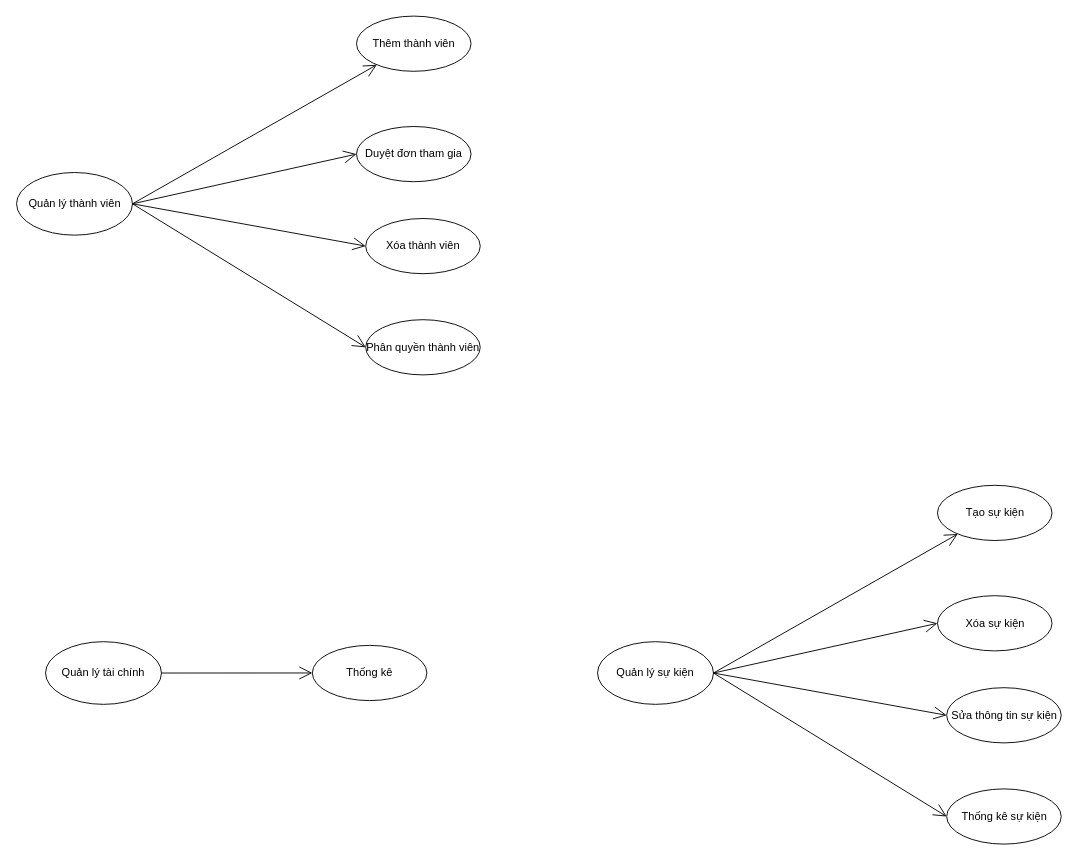
The draw.io diagram page "Trang-18" (17 of 18) of Diagram.drawio in DnhTrn/finall_project, before the edit. Source tidied: cells renumbered, new cells numbered last; positions are measured from the earlier drawing's top-left corner, leaving out a move shared by most shapes. Both pictures are drawn from the tidied source at 92%, with x=0, y=0 at pixel (16, 16).
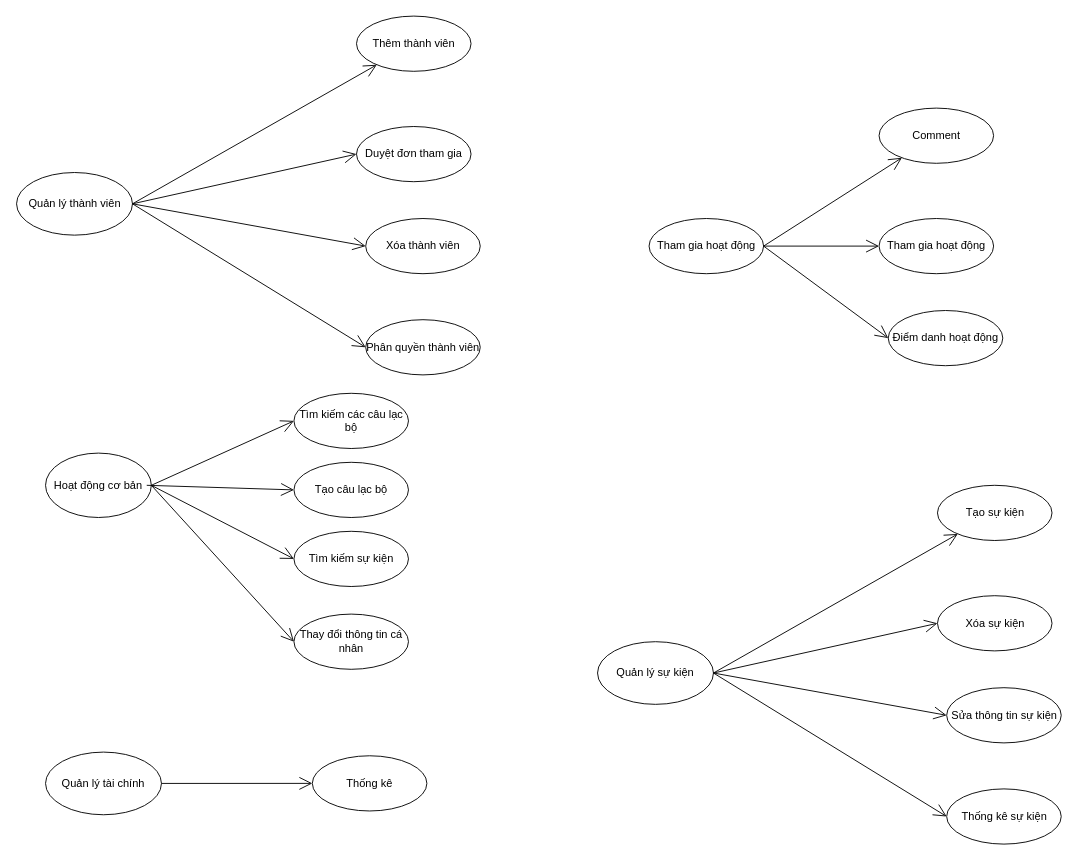
Above is the later version.

Change to the diagram source:
```diff
@@
     <mxCell id="20" value="Quản lý tài chính" style="ellipse;whiteSpace=wrap;html=1;" parent="1" vertex="1">
-      <mxGeometry x="32" y="680" width="126" height="68.1" as="geometry" />
+      <mxGeometry x="32" y="800" width="126" height="68.1" as="geometry" />
     </mxCell>
     <mxCell id="21" value="Thống kê" style="ellipse;whiteSpace=wrap;html=1;" parent="1" vertex="1">
-      <mxGeometry x="322" y="684" width="124.5" height="60" as="geometry" />
+      <mxGeometry x="322" y="804" width="124.5" height="60" as="geometry" />
     </mxCell>
@@
+    <mxCell id="23" value="Tham gia hoạt động" style="ellipse;whiteSpace=wrap;html=1;" parent="1" vertex="1">
+      <mxGeometry x="688" y="220" width="124.5" height="60" as="geometry" />
+    </mxCell>
+    <mxCell id="24" value="Comment" style="ellipse;whiteSpace=wrap;html=1;" parent="1" vertex="1">
+      <mxGeometry x="938" y="100" width="124.5" height="60" as="geometry" />
+    </mxCell>
+    <mxCell id="25" value="Tham gia hoạt động" style="ellipse;whiteSpace=wrap;html=1;" parent="1" vertex="1">
+      <mxGeometry x="938" y="220" width="124.5" height="60" as="geometry" />
+    </mxCell>
+    <mxCell id="26" value="Điểm danh hoạt động" style="ellipse;whiteSpace=wrap;html=1;" parent="1" vertex="1">
+      <mxGeometry x="948" y="320" width="124.5" height="60" as="geometry" />
+    </mxCell>
+    <mxCell id="27" style="endArrow=open;endFill=1;endSize=12;html=1;rounded=0;exitX=1;exitY=0.5;exitDx=0;exitDy=0;" parent="1" edge="1" source="23" target="24">
+      <mxGeometry relative="1" as="geometry" />
+    </mxCell>
+    <mxCell id="28" style="endArrow=open;endFill=1;endSize=12;html=1;rounded=0;exitX=1;exitY=0.5;exitDx=0;exitDy=0;entryX=0;entryY=0.5;entryDx=0;entryDy=0;" parent="1" edge="1" source="23" target="25">
+      <mxGeometry relative="1" as="geometry" />
+    </mxCell>
+    <mxCell id="29" style="endArrow=open;endFill=1;endSize=12;html=1;rounded=0;exitX=1;exitY=0.5;exitDx=0;exitDy=0;entryX=0;entryY=0.5;entryDx=0;entryDy=0;" parent="1" edge="1" source="23" target="26">
+      <mxGeometry relative="1" as="geometry" />
+    </mxCell>
+    <mxCell id="30" value="Hoạt động cơ bản" style="ellipse;whiteSpace=wrap;html=1;" parent="1" vertex="1">
+      <mxGeometry x="32" y="475" width="115" height="70" as="geometry" />
+    </mxCell>
+    <mxCell id="31" value="Tạo câu lạc bộ" style="ellipse;whiteSpace=wrap;html=1;" parent="1" vertex="1">
+      <mxGeometry x="302" y="485" width="124.5" height="60" as="geometry" />
+    </mxCell>
+    <mxCell id="32" style="endArrow=open;endFill=1;endSize=12;html=1;rounded=0;entryX=0;entryY=0.5;entryDx=0;entryDy=0;" parent="1" edge="1" target="31">
+      <mxGeometry relative="1" as="geometry">
+        <mxPoint x="142" y="510" as="sourcePoint" />
+      </mxGeometry>
+    </mxCell>
+    <mxCell id="33" value="Tìm kiếm các câu lạc bộ" style="ellipse;whiteSpace=wrap;html=1;" parent="1" vertex="1">
+      <mxGeometry x="302" y="410" width="124.5" height="60" as="geometry" />
+    </mxCell>
+    <mxCell id="34" value="Tìm kiếm sự kiện" style="ellipse;whiteSpace=wrap;html=1;" parent="1" vertex="1">
+      <mxGeometry x="302" y="560" width="124.5" height="60" as="geometry" />
+    </mxCell>
+    <mxCell id="35" style="endArrow=open;endFill=1;endSize=12;html=1;rounded=0;entryX=0;entryY=0.5;entryDx=0;entryDy=0;" parent="1" edge="1" target="34">
+      <mxGeometry relative="1" as="geometry">
+        <mxPoint x="147" y="510" as="sourcePoint" />
+      </mxGeometry>
+    </mxCell>
+    <mxCell id="36" style="endArrow=open;endFill=1;endSize=12;html=1;rounded=0;entryX=0;entryY=0.5;entryDx=0;entryDy=0;exitX=1;exitY=0.5;exitDx=0;exitDy=0;" parent="1" edge="1" source="30" target="33">
+      <mxGeometry relative="1" as="geometry" />
+    </mxCell>
+    <mxCell id="37" value="Thay đổi thông tin cá nhân" style="ellipse;whiteSpace=wrap;html=1;" parent="1" vertex="1">
+      <mxGeometry x="302" y="650" width="124.5" height="60" as="geometry" />
+    </mxCell>
+    <mxCell id="38" style="endArrow=open;endFill=1;endSize=12;html=1;rounded=0;entryX=0;entryY=0.5;entryDx=0;entryDy=0;exitX=1;exitY=0.5;exitDx=0;exitDy=0;" parent="1" edge="1" source="30" target="37">
+      <mxGeometry relative="1" as="geometry" />
+    </mxCell>
```
